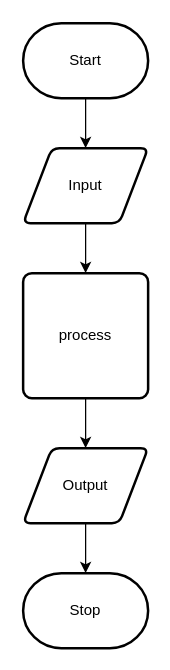
Earlier version of the draw.io diagram design/flow-chart.drawio (ekaterina-chernykh/ISC20-Unit-3-03). Source tidied: cells renumbered, new cells numbered last; positions are measured from the earlier drawing's top-left corner, leaving out a move shared by most shapes. Both pictures are drawn from the tidied source at 125%, with x=0, y=0 at pixel (22, 22).
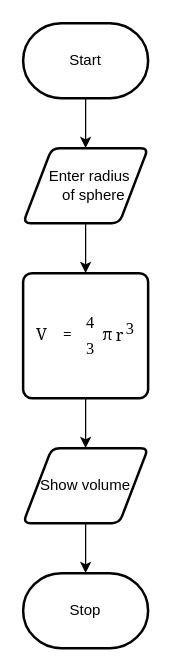
The same page after the edit.

Commit message (it also covers changes not shown here):
added image, flow chart and storyboard

Change to the diagram source:
```diff
@@
 <mxGraphModel>
   <root>
     <mxCell id="0" />
     <mxCell id="1" parent="0" />
     <mxCell id="2" style="edgeStyle=none;html=1;" parent="1" edge="1" source="3" target="5">
       <mxGeometry relative="1" as="geometry" />
     </mxCell>
     <mxCell id="3" value="Start" style="strokeWidth=2;html=1;shape=mxgraph.flowchart.terminator;whiteSpace=wrap;" parent="1" vertex="1">
       <mxGeometry width="100" height="60" as="geometry" />
     </mxCell>
     <mxCell id="4" style="edgeStyle=none;html=1;" parent="1" edge="1" source="5" target="7">
       <mxGeometry relative="1" as="geometry" />
     </mxCell>
-    <mxCell id="5" value="Input" style="shape=parallelogram;html=1;strokeWidth=2;perimeter=parallelogramPerimeter;whiteSpace=wrap;rounded=1;arcSize=12;size=0.23;" parent="1" vertex="1">
+    <mxCell id="5" value="&amp;nbsp; &amp;nbsp; &amp;nbsp;Enter radius&amp;nbsp; &amp;nbsp; &amp;nbsp; &amp;nbsp; of sphere" style="shape=parallelogram;html=1;strokeWidth=2;perimeter=parallelogramPerimeter;whiteSpace=wrap;rounded=1;arcSize=12;size=0.23;" parent="1" vertex="1">
       <mxGeometry y="100" width="100" height="60" as="geometry" />
     </mxCell>
     <mxCell id="6" style="edgeStyle=none;html=1;" parent="1" edge="1" source="7" target="9">
       <mxGeometry relative="1" as="geometry" />
     </mxCell>
-    <mxCell id="7" value="process" style="rounded=1;whiteSpace=wrap;html=1;absoluteArcSize=1;arcSize=14;strokeWidth=2;" parent="1" vertex="1">
+    <mxCell id="7" value="&lt;font style=&quot;font-size: 13px&quot;&gt;&lt;div class=&quot;lr-fy-ecl lr-fy-eq-elem&quot; style=&quot;display: inline-block ; position: relative ; transition: all 0.05s ease-in-out 0s ; font-family: &amp;#34;stixgeneral&amp;#34; , &amp;#34;georgia&amp;#34; ; margin-right: 10px ; margin-top: 0px ; margin-bottom: 0px&quot;&gt;V&lt;/div&gt;&lt;div class=&quot;lr-fy-eq-elem lr-fy-eq-add&quot; style=&quot;display: inline-block ; position: relative ; transition: all 0.05s ease-in-out 0s ; font-family: &amp;#34;stixgeneral&amp;#34; , &amp;#34;georgia&amp;#34; ; margin-left: 0.2em ; margin-right: 0.2em&quot;&gt;=&lt;/div&gt;&lt;div class=&quot;lr-fy-eq-elem eiuJYe&quot; style=&quot;display: inline-block ; position: relative ; transition: all 0.05s ease-in-out 0s ; font-family: &amp;#34;stixgeneral&amp;#34; , &amp;#34;georgia&amp;#34; ; margin-left: 5px ; margin-top: 0px ; margin-bottom: 0px&quot;&gt;&lt;div class=&quot;lr-fy-eq-elem&quot; style=&quot;vertical-align: middle ; display: inline-block ; position: relative ; transition: all 0.05s ease-in-out 0s ; font-size: 13px&quot;&gt;&lt;div class=&quot;lr-fy-eq-elem&quot; style=&quot;display: inline-block ; position: relative ; transition: all 0.05s ease-in-out 0s ; text-align: center ; vertical-align: middle ; font-size: 13px&quot;&gt;&lt;div class=&quot;lr-fy-ecv lr-fy-eq-elem&quot; style=&quot;display: inline-block ; position: relative ; transition: all 0.05s ease-in-out 0s ; font-family: &amp;#34;stixgeneral&amp;#34; , &amp;#34;times&amp;#34; , &amp;#34;times new roman&amp;#34; , serif ; font-size: 13px&quot;&gt;4&lt;/div&gt;&lt;div class=&quot;lr-fy-eq-add&quot; style=&quot;width: 14px ; height: 1px ; margin-top: 2px ; margin-bottom: 2px ; font-size: 13px&quot;&gt;&lt;/div&gt;&lt;div class=&quot;lr-fy-ecv lr-fy-eq-elem&quot; style=&quot;display: inline-block ; position: relative ; transition: all 0.05s ease-in-out 0s ; font-family: &amp;#34;stixgeneral&amp;#34; , &amp;#34;times&amp;#34; , &amp;#34;times new roman&amp;#34; , serif ; font-size: 13px&quot;&gt;3&lt;/div&gt;&lt;/div&gt;&lt;div class=&quot;lr-fy-eq-elem lr-fy-eq-add&quot; style=&quot;display: inline-block ; position: relative ; transition: all 0.05s ease-in-out 0s ; margin-left: 0.2em ; font-size: 13px&quot;&gt;&lt;/div&gt;&lt;div class=&quot;lr-fy-ecl lr-fy-eq-elem&quot; style=&quot;display: inline-block ; position: relative ; transition: all 0.05s ease-in-out 0s ; font-size: 13px&quot;&gt;π&lt;/div&gt;&lt;/div&gt;&lt;div class=&quot;lr-fy-eq-elem lr-fy-eq-add&quot; style=&quot;vertical-align: middle ; display: inline-block ; position: relative ; transition: all 0.05s ease-in-out 0s ; margin-left: 0.2em ; font-size: 13px&quot;&gt;&lt;/div&gt;&lt;div class=&quot;lr-fy-eq-elem&quot; style=&quot;display: inline-block ; position: relative ; transition: all 0.05s ease-in-out 0s ; font-size: 13px&quot;&gt;&lt;div class=&quot;lr-fy-el lr-fy-eq-elem&quot; style=&quot;vertical-align: middle ; display: inline-block ; position: relative ; transition: all 0.05s ease-in-out 0s ; margin: -4px ; padding: 4px ; cursor: pointer ; font-size: 13px&quot;&gt;r&lt;/div&gt;&lt;div class=&quot;lr-fy-ecv lr-fy-eq-elem&quot; style=&quot;display: inline-block ; position: relative ; transition: all 0.05s ease-in-out 0s ; font-family: &amp;#34;stixgeneral&amp;#34; , &amp;#34;times&amp;#34; , &amp;#34;times new roman&amp;#34; , serif ; margin-left: 0.15em ; font-size: 13px&quot;&gt;&lt;sup style=&quot;font-size: 13px&quot;&gt;3&lt;/sup&gt;&lt;/div&gt;&lt;/div&gt;&lt;/div&gt;&lt;/font&gt;" style="rounded=1;whiteSpace=wrap;html=1;absoluteArcSize=1;arcSize=14;strokeWidth=2;" parent="1" vertex="1">
       <mxGeometry y="200" width="100" height="100" as="geometry" />
     </mxCell>
     <mxCell id="8" style="edgeStyle=none;html=1;" parent="1" edge="1" source="9" target="10">
       <mxGeometry relative="1" as="geometry" />
     </mxCell>
-    <mxCell id="9" value="Output" style="shape=parallelogram;html=1;strokeWidth=2;perimeter=parallelogramPerimeter;whiteSpace=wrap;rounded=1;arcSize=12;size=0.23;" parent="1" vertex="1">
+    <mxCell id="9" value="Show volume" style="shape=parallelogram;html=1;strokeWidth=2;perimeter=parallelogramPerimeter;whiteSpace=wrap;rounded=1;arcSize=12;size=0.23;" parent="1" vertex="1">
       <mxGeometry y="340" width="100" height="60" as="geometry" />
     </mxCell>
     <mxCell id="10" value="Stop" style="strokeWidth=2;html=1;shape=mxgraph.flowchart.terminator;whiteSpace=wrap;" parent="1" vertex="1">
       <mxGeometry y="440" width="100" height="60" as="geometry" />
     </mxCell>
   </root>
 </mxGraphModel>
```
